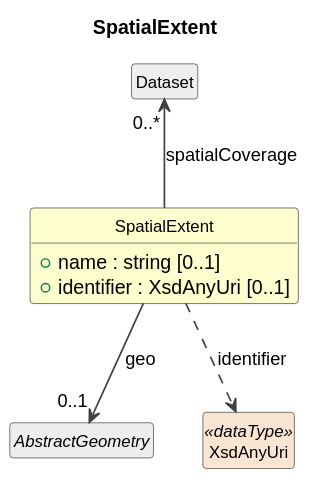
This is build/plantuml/cdifDiscovery/Classes/SpatialExtent.svg from Cross-Domain-Interoperability-Framework/metadataBuildingBlocks, a PlantUML export, as it was before one commit.
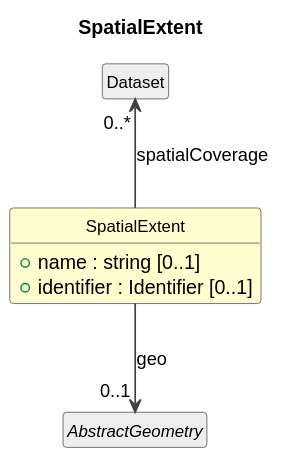
Later version of the same file.

What changed in the source:
```diff
@@ -12,12 +12,10 @@
 
 class "SpatialExtent" as SpatialExtent #FEFECE {
   +name : string [0..1]
-  +identifier : XsdAnyUri [0..1]
+  +identifier : Identifier [0..1]
 }
 class "Dataset" as Dataset #EEEEEE
 Dataset "0..*" <-- SpatialExtent : spatialCoverage
 abstract class "AbstractGeometry" as AbstractGeometry #EEEEEE
 SpatialExtent --> "0..1" AbstractGeometry : geo
-class "XsdAnyUri" as XsdAnyUri <<dataType>> #FAE5D3
-SpatialExtent ..> XsdAnyUri : identifier
 @enduml
```
